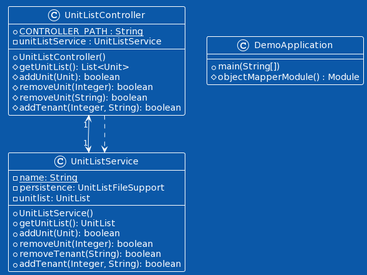
YounesBB/Storage_Rental keeps this PlantUML diagram as gr2232/docs/release3/ClassDiagramRest.PNG. Above is the earlier version. Its source is kept beside it as gr2232/docs/release3/ClassDiagramRest.puml. Source of this version:
```plantuml
@startuml
!theme amiga

UnitListController "1"<-->"1" UnitListService
UnitListController ..> UnitListService

class UnitListController{
  +CONTROLLER_PATH : String {static}
  -unitListService : UnitListService

  +UnitListController()
  #getUnitList(): List<Unit>
  #addUnit(Unit): boolean
  #removeUnit(Integer): boolean
  #removeUnit(String): boolean
  #addTenant(Integer, String): boolean
}

class UnitListService{
  -name: String {static}
  -persistence: UnitListFileSupport
  -unitlist: UnitList

  +UnitListService()
  +getUnitList(): UnitList
  +addUnit(Unit): boolean
  +removeUnit(Integer): boolean
  +removeTenant(String): boolean
  +addTenant(Integer, String): boolean
}

class DemoApplication{
  +main(String[])
  #objectMapperModule() : Module
}

@enduml
```
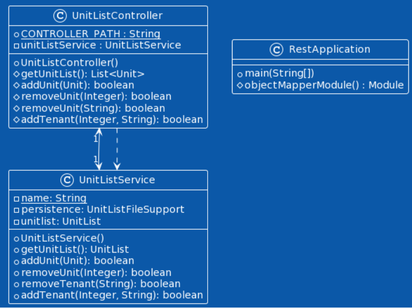
After the commit.

Commit message:
docs:  changed name of demoapplication and removed registerboot

What changed in the source:
```diff
@@ -29,7 +29,7 @@
   +addTenant(Integer, String): boolean
 }
 
-class DemoApplication{
+class RestApplication{
   +main(String[])
   #objectMapperModule() : Module
 }
```
